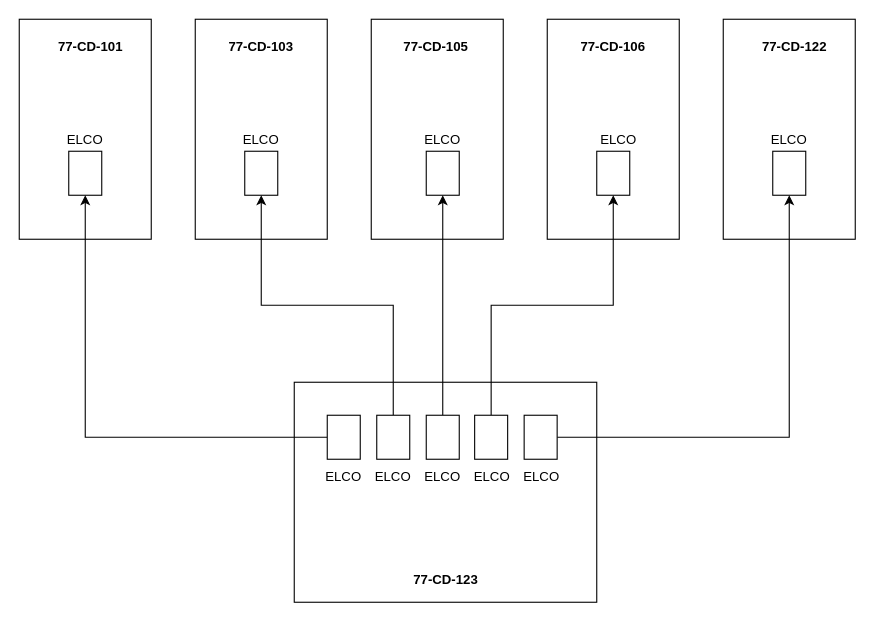
The draw.io diagram LOS TGD Rewiring.drawio in prasannarajaram/draw.io, before the edit. Source tidied: cells renumbered, new cells numbered last; positions are measured from the earlier drawing's top-left corner, leaving out a move shared by most shapes. Both pictures are drawn from the tidied source at 110%, with x=0, y=0 at pixel (19, 19).
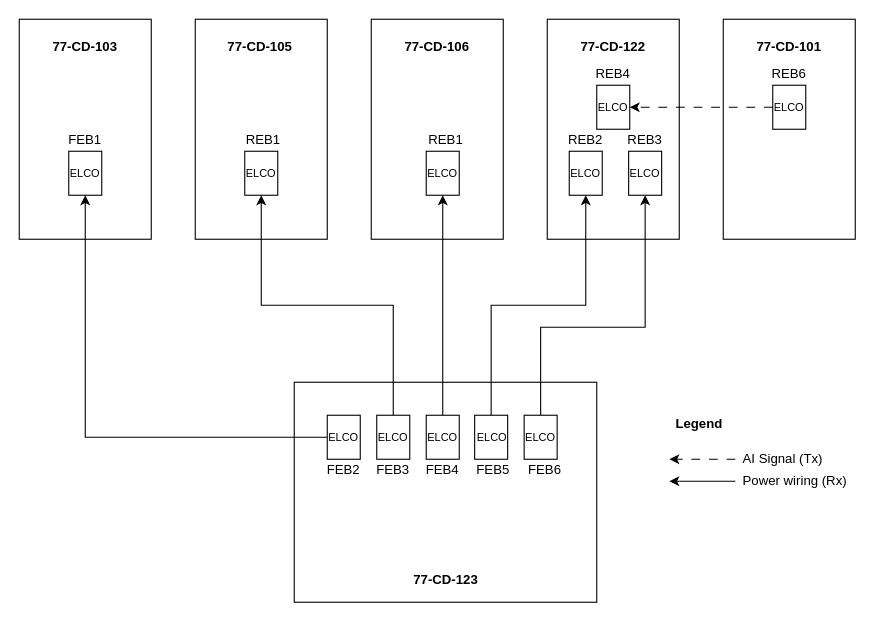
Above is the later version.

Commit message:
LOS TGD Rewiring 20261019

Unchanged cells that the change refers to:
```xml
<mxCell id="23" style="rounded=0;whiteSpace=wrap;html=1;" parent="1" vertex="1">
  <mxGeometry x="459" y="360" width="30" height="40" as="geometry" />
</mxCell>
```

What changed in the source:
```diff
@@
-    <mxCell id="4" value="77-CD-101" style="text;html=1;whiteSpace=wrap;strokeColor=none;fillColor=none;align=center;verticalAlign=middle;rounded=0;fontStyle=1;" parent="1" vertex="1">
-      <mxGeometry x="30" y="10" width="70" height="30" as="geometry" />
-    </mxCell>
@@
     <mxCell id="12" style="rounded=0;whiteSpace=wrap;html=1;" parent="1" vertex="1">
-      <mxGeometry x="525" y="120" width="30" height="40" as="geometry" />
+      <mxGeometry x="500" y="120" width="30" height="40" as="geometry" />
     </mxCell>
     <mxCell id="13" style="rounded=0;whiteSpace=wrap;html=1;" parent="1" vertex="1">
-      <mxGeometry x="685" y="120" width="30" height="40" as="geometry" />
+      <mxGeometry x="685" y="60" width="30" height="40" as="geometry" />
     </mxCell>
@@
-    <mxCell id="22" style="edgeStyle=orthogonalEdgeStyle;rounded=0;jettySize=auto;html=1;exitX=1;exitY=0.5;exitDx=0;exitDy=0;entryX=0.5;entryY=1;entryDx=0;entryDy=0;" parent="1" edge="1" source="23" target="13">
-      <mxGeometry relative="1" as="geometry" />
+    <mxCell id="22" style="edgeStyle=orthogonalEdgeStyle;rounded=0;jettySize=auto;html=1;exitX=0.5;exitY=0;exitDx=0;exitDy=0;entryX=0.5;entryY=1;entryDx=0;entryDy=0;" parent="1" edge="1" source="23" target="47">
+      <mxGeometry x="-0.24" relative="1" as="geometry">
+        <Array as="points">
+          <mxPoint x="474" y="280" />
+          <mxPoint x="569" y="280" />
+        </Array>
+      </mxGeometry>
     </mxCell>
@@
     <mxCell id="24" value="77-CD-103" style="text;html=1;whiteSpace=wrap;strokeColor=none;fillColor=none;align=center;verticalAlign=middle;rounded=0;fontStyle=1;" parent="1" vertex="1">
-      <mxGeometry x="185" y="10" width="70" height="30" as="geometry" />
+      <mxGeometry x="25" y="10" width="70" height="30" as="geometry" />
     </mxCell>
     <mxCell id="25" value="77-CD-105" style="text;html=1;whiteSpace=wrap;strokeColor=none;fillColor=none;align=center;verticalAlign=middle;rounded=0;fontStyle=1;" parent="1" vertex="1">
-      <mxGeometry x="344" y="10" width="70" height="30" as="geometry" />
+      <mxGeometry x="184" y="10" width="70" height="30" as="geometry" />
     </mxCell>
     <mxCell id="26" value="77-CD-106" style="text;html=1;whiteSpace=wrap;strokeColor=none;fillColor=none;align=center;verticalAlign=middle;rounded=0;fontStyle=1;" parent="1" vertex="1">
-      <mxGeometry x="505" y="10" width="70" height="30" as="geometry" />
+      <mxGeometry x="345" y="10" width="70" height="30" as="geometry" />
     </mxCell>
     <mxCell id="27" value="77-CD-122" style="text;html=1;whiteSpace=wrap;strokeColor=none;fillColor=none;align=center;verticalAlign=middle;rounded=0;fontStyle=1;" parent="1" vertex="1">
-      <mxGeometry x="670" y="10" width="70" height="30" as="geometry" />
+      <mxGeometry x="505" y="10" width="70" height="30" as="geometry" />
     </mxCell>
-    <mxCell id="28" value="ELCO" style="text;html=1;whiteSpace=wrap;strokeColor=none;fillColor=none;align=center;verticalAlign=middle;rounded=0;" parent="1" vertex="1">
-      <mxGeometry x="270" y="406" width="50" height="20" as="geometry" />
-    </mxCell>
@@
-    <mxCell id="30" value="ELCO" style="text;html=1;whiteSpace=wrap;strokeColor=none;fillColor=none;align=center;verticalAlign=middle;rounded=0;" parent="1" vertex="1">
-      <mxGeometry x="315" y="406" width="50" height="20" as="geometry" />
-    </mxCell>
-    <mxCell id="31" value="ELCO" style="text;html=1;whiteSpace=wrap;strokeColor=none;fillColor=none;align=center;verticalAlign=middle;rounded=0;" parent="1" vertex="1">
-      <mxGeometry x="360" y="406" width="50" height="20" as="geometry" />
-    </mxCell>
-    <mxCell id="32" value="ELCO" style="text;html=1;whiteSpace=wrap;strokeColor=none;fillColor=none;align=center;verticalAlign=middle;rounded=0;" parent="1" vertex="1">
-      <mxGeometry x="405" y="406" width="50" height="20" as="geometry" />
-    </mxCell>
-    <mxCell id="33" value="ELCO" style="text;html=1;whiteSpace=wrap;strokeColor=none;fillColor=none;align=center;verticalAlign=middle;rounded=0;" parent="1" vertex="1">
-      <mxGeometry x="450" y="406" width="50" height="20" as="geometry" />
-    </mxCell>
-    <mxCell id="34" value="ELCO" style="text;html=1;whiteSpace=wrap;strokeColor=none;fillColor=none;align=center;verticalAlign=middle;rounded=0;" parent="1" vertex="1">
-      <mxGeometry x="35" y="100" width="50" height="20" as="geometry" />
-    </mxCell>
-    <mxCell id="35" value="ELCO" style="text;html=1;whiteSpace=wrap;strokeColor=none;fillColor=none;align=center;verticalAlign=middle;rounded=0;" parent="1" vertex="1">
-      <mxGeometry x="195" y="100" width="50" height="20" as="geometry" />
+    <mxCell id="35" value="ELCO" style="text;html=1;whiteSpace=wrap;strokeColor=none;fillColor=none;align=center;verticalAlign=middle;rounded=0;fontSize=10;" parent="1" vertex="1">
+      <mxGeometry x="35" y="130" width="50" height="20" as="geometry" />
     </mxCell>
-    <mxCell id="36" value="ELCO" style="text;html=1;whiteSpace=wrap;strokeColor=none;fillColor=none;align=center;verticalAlign=middle;rounded=0;" parent="1" vertex="1">
-      <mxGeometry x="360" y="100" width="50" height="20" as="geometry" />
-    </mxCell>
-    <mxCell id="37" value="ELCO" style="text;html=1;whiteSpace=wrap;strokeColor=none;fillColor=none;align=center;verticalAlign=middle;rounded=0;" parent="1" vertex="1">
-      <mxGeometry x="520" y="100" width="50" height="20" as="geometry" />
-    </mxCell>
-    <mxCell id="38" value="ELCO" style="text;html=1;whiteSpace=wrap;strokeColor=none;fillColor=none;align=center;verticalAlign=middle;rounded=0;" parent="1" vertex="1">
-      <mxGeometry x="675" y="100" width="50" height="20" as="geometry" />
+    <mxCell id="38" value="REB6" style="text;html=1;whiteSpace=wrap;strokeColor=none;fillColor=none;align=center;verticalAlign=middle;rounded=0;" parent="1" vertex="1">
+      <mxGeometry x="675" y="40" width="50" height="20" as="geometry" />
     </mxCell>
+    <mxCell id="39" value="FEB1" style="text;html=1;whiteSpace=wrap;strokeColor=none;fillColor=none;align=center;verticalAlign=middle;rounded=0;" parent="1" vertex="1">
+      <mxGeometry x="35" y="100" width="50" height="20" as="geometry" />
+    </mxCell>
+    <mxCell id="40" value="FEB2" style="text;html=1;whiteSpace=wrap;strokeColor=none;fillColor=none;align=center;verticalAlign=middle;rounded=0;" parent="1" vertex="1">
+      <mxGeometry x="270" y="400" width="50" height="20" as="geometry" />
+    </mxCell>
+    <mxCell id="41" value="FEB3" style="text;html=1;whiteSpace=wrap;strokeColor=none;fillColor=none;align=center;verticalAlign=middle;rounded=0;" parent="1" vertex="1">
+      <mxGeometry x="315" y="400" width="50" height="20" as="geometry" />
+    </mxCell>
+    <mxCell id="42" value="FEB4" style="text;html=1;whiteSpace=wrap;strokeColor=none;fillColor=none;align=center;verticalAlign=middle;rounded=0;" parent="1" vertex="1">
+      <mxGeometry x="360" y="400" width="50" height="20" as="geometry" />
+    </mxCell>
+    <mxCell id="43" value="FEB6" style="text;html=1;whiteSpace=wrap;strokeColor=none;fillColor=none;align=center;verticalAlign=middle;rounded=0;" parent="1" vertex="1">
+      <mxGeometry x="452.5" y="400" width="50" height="20" as="geometry" />
+    </mxCell>
+    <mxCell id="44" value="REB1" style="text;html=1;whiteSpace=wrap;strokeColor=none;fillColor=none;align=center;verticalAlign=middle;rounded=0;" parent="1" vertex="1">
+      <mxGeometry x="196.5" y="100" width="50" height="20" as="geometry" />
+    </mxCell>
+    <mxCell id="45" value="REB1" style="text;html=1;whiteSpace=wrap;strokeColor=none;fillColor=none;align=center;verticalAlign=middle;rounded=0;" parent="1" vertex="1">
+      <mxGeometry x="362.5" y="100" width="50" height="20" as="geometry" />
+    </mxCell>
+    <mxCell id="46" value="REB2" style="text;html=1;whiteSpace=wrap;strokeColor=none;fillColor=none;align=center;verticalAlign=middle;rounded=0;" parent="1" vertex="1">
+      <mxGeometry x="490" y="100" width="50" height="20" as="geometry" />
+    </mxCell>
+    <mxCell id="47" style="rounded=0;whiteSpace=wrap;html=1;" parent="1" vertex="1">
+      <mxGeometry x="554" y="120" width="30" height="40" as="geometry" />
+    </mxCell>
+    <mxCell id="48" value="REB3" style="text;html=1;whiteSpace=wrap;strokeColor=none;fillColor=none;align=center;verticalAlign=middle;rounded=0;" parent="1" vertex="1">
+      <mxGeometry x="544" y="100" width="50" height="20" as="geometry" />
+    </mxCell>
+    <mxCell id="49" value="FEB5" style="text;html=1;whiteSpace=wrap;strokeColor=none;fillColor=none;align=center;verticalAlign=middle;rounded=0;" parent="1" vertex="1">
+      <mxGeometry x="406" y="400" width="50" height="20" as="geometry" />
+    </mxCell>
+    <mxCell id="50" value="ELCO" style="text;html=1;whiteSpace=wrap;strokeColor=none;fillColor=none;align=center;verticalAlign=middle;rounded=0;fontSize=10;" parent="1" vertex="1">
+      <mxGeometry x="195" y="130" width="50" height="20" as="geometry" />
+    </mxCell>
+    <mxCell id="51" value="ELCO" style="text;html=1;whiteSpace=wrap;strokeColor=none;fillColor=none;align=center;verticalAlign=middle;rounded=0;fontSize=10;" parent="1" vertex="1">
+      <mxGeometry x="360" y="130" width="50" height="20" as="geometry" />
+    </mxCell>
+    <mxCell id="52" value="ELCO" style="text;html=1;whiteSpace=wrap;strokeColor=none;fillColor=none;align=center;verticalAlign=middle;rounded=0;fontSize=10;" parent="1" vertex="1">
+      <mxGeometry x="490" y="130" width="50" height="20" as="geometry" />
+    </mxCell>
+    <mxCell id="53" value="ELCO" style="text;html=1;whiteSpace=wrap;strokeColor=none;fillColor=none;align=center;verticalAlign=middle;rounded=0;fontSize=10;" parent="1" vertex="1">
+      <mxGeometry x="544" y="130" width="50" height="20" as="geometry" />
+    </mxCell>
+    <mxCell id="54" value="ELCO" style="text;html=1;whiteSpace=wrap;strokeColor=none;fillColor=none;align=center;verticalAlign=middle;rounded=0;fontSize=10;" parent="1" vertex="1">
+      <mxGeometry x="675" y="70" width="50" height="20" as="geometry" />
+    </mxCell>
+    <mxCell id="55" value="ELCO" style="text;html=1;whiteSpace=wrap;strokeColor=none;fillColor=none;align=center;verticalAlign=middle;rounded=0;fontSize=10;" parent="1" vertex="1">
+      <mxGeometry x="270" y="370" width="50" height="20" as="geometry" />
+    </mxCell>
+    <mxCell id="56" value="ELCO" style="text;html=1;whiteSpace=wrap;strokeColor=none;fillColor=none;align=center;verticalAlign=middle;rounded=0;fontSize=10;" parent="1" vertex="1">
+      <mxGeometry x="315" y="370" width="50" height="20" as="geometry" />
+    </mxCell>
+    <mxCell id="57" value="ELCO" style="text;html=1;whiteSpace=wrap;strokeColor=none;fillColor=none;align=center;verticalAlign=middle;rounded=0;fontSize=10;" parent="1" vertex="1">
+      <mxGeometry x="360" y="370" width="50" height="20" as="geometry" />
+    </mxCell>
+    <mxCell id="58" value="ELCO" style="text;html=1;whiteSpace=wrap;strokeColor=none;fillColor=none;align=center;verticalAlign=middle;rounded=0;fontSize=10;" parent="1" vertex="1">
+      <mxGeometry x="405" y="370" width="50" height="20" as="geometry" />
+    </mxCell>
+    <mxCell id="59" value="ELCO" style="text;html=1;whiteSpace=wrap;strokeColor=none;fillColor=none;align=center;verticalAlign=middle;rounded=0;fontSize=10;" parent="1" vertex="1">
+      <mxGeometry x="449" y="370" width="50" height="20" as="geometry" />
+    </mxCell>
+    <mxCell id="4" value="77-CD-101" style="text;html=1;whiteSpace=wrap;strokeColor=none;fillColor=none;align=center;verticalAlign=middle;rounded=0;fontStyle=1;" parent="1" vertex="1">
+      <mxGeometry x="665" y="10" width="70" height="30" as="geometry" />
+    </mxCell>
+    <mxCell id="60" style="rounded=0;whiteSpace=wrap;html=1;" parent="1" vertex="1">
+      <mxGeometry x="525" y="60" width="30" height="40" as="geometry" />
+    </mxCell>
+    <mxCell id="61" value="REB4" style="text;html=1;whiteSpace=wrap;strokeColor=none;fillColor=none;align=center;verticalAlign=middle;rounded=0;" parent="1" vertex="1">
+      <mxGeometry x="515" y="40" width="50" height="20" as="geometry" />
+    </mxCell>
+    <mxCell id="62" value="ELCO" style="text;html=1;whiteSpace=wrap;strokeColor=none;fillColor=none;align=center;verticalAlign=middle;rounded=0;fontSize=10;" parent="1" vertex="1">
+      <mxGeometry x="515" y="70" width="50" height="20" as="geometry" />
+    </mxCell>
+    <mxCell id="63" style="endArrow=classic;html=1;rounded=0;entryX=1;entryY=0.5;entryDx=0;entryDy=0;exitX=0;exitY=0.5;exitDx=0;exitDy=0;dashed=1;dashPattern=8 8;" parent="1" edge="1" source="13" target="60">
+      <mxGeometry relative="1" as="geometry" />
+    </mxCell>
+    <mxCell id="64" style="endArrow=classic;html=1;rounded=0;entryX=1;entryY=0.5;entryDx=0;entryDy=0;dashed=1;dashPattern=8 8;" parent="1" edge="1">
+      <mxGeometry relative="1" as="geometry">
+        <mxPoint x="651" y="400" as="sourcePoint" />
+        <mxPoint x="591" y="400" as="targetPoint" />
+      </mxGeometry>
+    </mxCell>
+    <mxCell id="65" value="AI Signal (Tx)" style="text;html=1;whiteSpace=wrap;strokeColor=none;fillColor=none;align=left;verticalAlign=middle;rounded=0;" parent="1" vertex="1">
+      <mxGeometry x="656" y="390" width="105" height="20" as="geometry" />
+    </mxCell>
+    <mxCell id="66" style="endArrow=classic;html=1;rounded=0;entryX=1;entryY=0.5;entryDx=0;entryDy=0;" parent="1" edge="1">
+      <mxGeometry relative="1" as="geometry">
+        <mxPoint x="651" y="420" as="sourcePoint" />
+        <mxPoint x="591" y="420" as="targetPoint" />
+      </mxGeometry>
+    </mxCell>
+    <mxCell id="67" value="Power wiring (Rx)" style="text;html=1;whiteSpace=wrap;strokeColor=none;fillColor=none;align=left;verticalAlign=middle;rounded=0;" parent="1" vertex="1">
+      <mxGeometry x="656" y="410" width="105" height="20" as="geometry" />
+    </mxCell>
+    <mxCell id="68" value="Legend" style="text;html=1;whiteSpace=wrap;strokeColor=none;fillColor=none;align=left;verticalAlign=middle;rounded=0;fontStyle=1;" parent="1" vertex="1">
+      <mxGeometry x="595" y="353" width="70" height="30" as="geometry" />
+    </mxCell>
```
